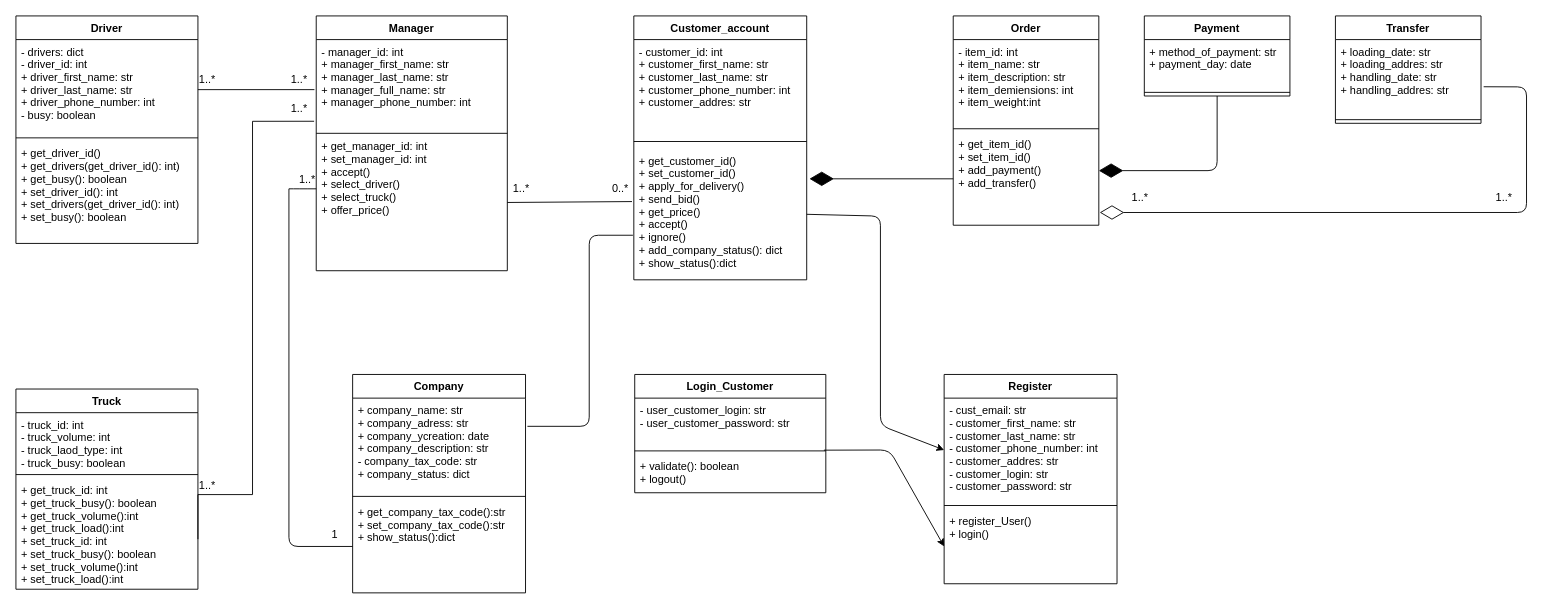
Argam431/PYTHON3-2 keeps this draw.io diagram as page "Page-1" (1 of 2) of d.drawio. Above is the earlier version. Source tidied: cells renumbered, new cells numbered last; positions are measured from the earlier drawing's top-left corner, leaving out a move shared by most shapes. Both pictures are drawn from the tidied source at 91%, with x=0, y=0 at pixel (15, 15).
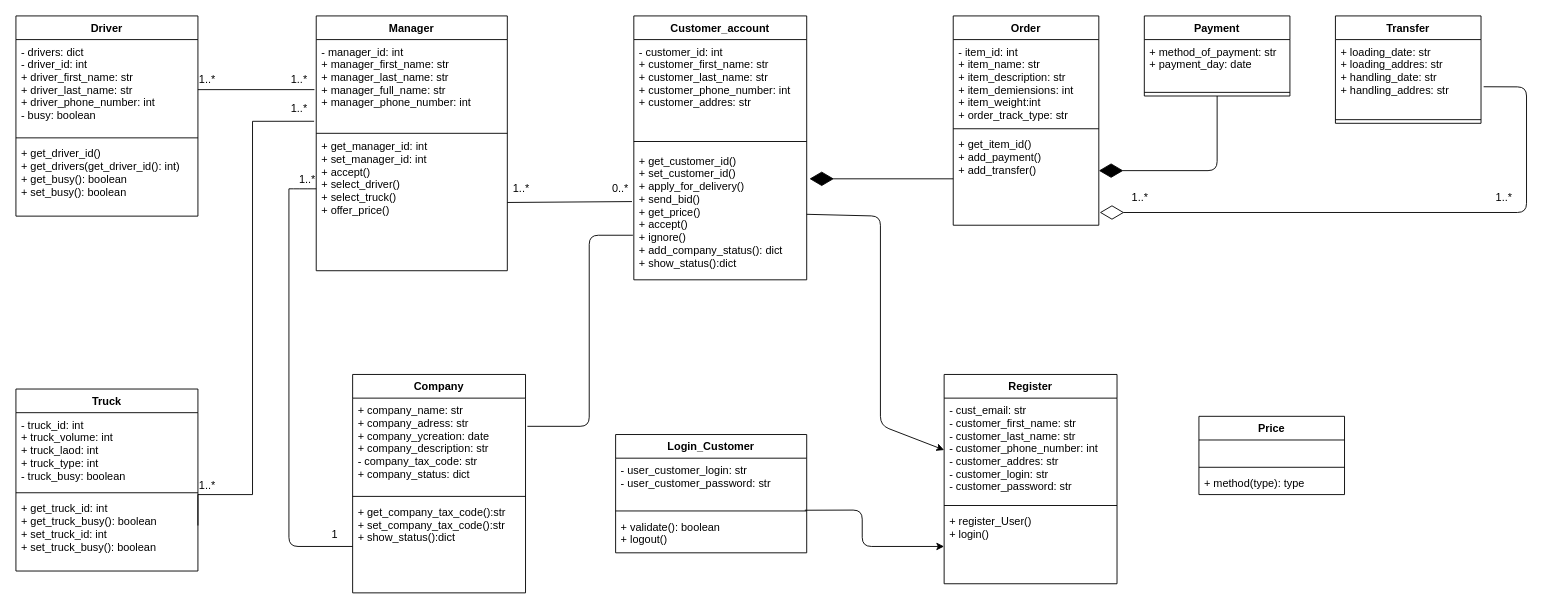
After the change.

Unchanged cells that the change refers to:
```xml
<mxCell id="22" value="Order" style="swimlane;fontStyle=1;align=center;verticalAlign=top;horizontal=1;startSize=26;" parent="1" vertex="1">
  <mxGeometry x="1030" width="160" height="230" as="geometry" />
</mxCell>
<mxCell id="52" value="- user_customer_login: str&#10;- user_customer_password: str " style="text;strokeColor=none;fillColor=none;align=left;verticalAlign=top;spacingLeft=4;spacingRight=4;overflow=hidden;points=[[0,0.5],[1,0.5]];portConstraint=eastwest;" parent="51" vertex="1">
  <mxGeometry y="26" width="210" height="54" as="geometry" />
</mxCell>
<mxCell id="59" value="+ register_User()&#10;+ login()" style="text;strokeColor=none;fillColor=none;align=left;verticalAlign=top;spacingLeft=4;spacingRight=4;overflow=hidden;points=[[0,0.5],[1,0.5]];portConstraint=eastwest;" parent="56" vertex="1">
  <mxGeometry y="148" width="190" height="82" as="geometry" />
</mxCell>
```

Change to the diagram source:
```diff
@@
     <mxCell id="13" value="Driver" style="swimlane;fontStyle=1;align=center;verticalAlign=top;horizontal=1;startSize=26;" parent="1" vertex="1">
-      <mxGeometry width="200" height="250" as="geometry" />
+      <mxGeometry width="200" height="220" as="geometry" />
     </mxCell>
@@
-    <mxCell id="16" value="+ get_driver_id()&#10;+ get_drivers(get_driver_id(): int) &#10;+ get_busy(): boolean&#10;+ set_driver_id(): int&#10;+ set_drivers(get_driver_id(): int) &#10;+ set_busy(): boolean&#10;&#10;" style="text;strokeColor=none;fillColor=none;align=left;verticalAlign=top;spacingLeft=4;spacingRight=4;overflow=hidden;" parent="13" vertex="1">
-      <mxGeometry y="138" width="200" height="112" as="geometry" />
+    <mxCell id="16" value="+ get_driver_id()&#10;+ get_drivers(get_driver_id(): int) &#10;+ get_busy(): boolean&#10;+ set_busy(): boolean&#10;&#10;" style="text;strokeColor=none;fillColor=none;align=left;verticalAlign=top;spacingLeft=4;spacingRight=4;overflow=hidden;" parent="13" vertex="1">
+      <mxGeometry y="138" width="200" height="82" as="geometry" />
     </mxCell>
     <mxCell id="17" value="Truck" style="swimlane;fontStyle=1;align=center;verticalAlign=top;horizontal=1;startSize=26;" parent="1" vertex="1">
-      <mxGeometry y="410" width="200" height="220" as="geometry" />
+      <mxGeometry y="410" width="200" height="200" as="geometry" />
     </mxCell>
-    <mxCell id="18" value="- truck_id: int&#10;- truck_volume: int&#10;- truck_laod_type: int&#10;- truck_busy: boolean" style="text;strokeColor=none;fillColor=none;align=left;verticalAlign=top;spacingLeft=4;spacingRight=4;overflow=hidden;" parent="17" vertex="1">
-      <mxGeometry y="26" width="200" height="64" as="geometry" />
+    <mxCell id="18" value="- truck_id: int&#10;+ truck_volume: int&#10;+ truck_laod: int&#10;+ truck_type: int&#10;- truck_busy: boolean" style="text;strokeColor=none;fillColor=none;align=left;verticalAlign=top;spacingLeft=4;spacingRight=4;overflow=hidden;" parent="17" vertex="1">
+      <mxGeometry y="26" width="200" height="84" as="geometry" />
     </mxCell>
     <mxCell id="19" style="line;strokeWidth=1;fillColor=none;align=left;verticalAlign=middle;spacingTop=-1;spacingLeft=3;spacingRight=3;labelPosition=right;" parent="17" vertex="1">
-      <mxGeometry y="90" width="200" height="8" as="geometry" />
+      <mxGeometry y="110" width="200" height="8" as="geometry" />
     </mxCell>
-    <mxCell id="20" value="+ get_truck_id: int&#10;+ get_truck_busy(): boolean&#10;+ get_truck_volume():int&#10;+ get_truck_load():int&#10;+ set_truck_id: int&#10;+ set_truck_busy(): boolean&#10;+ set_truck_volume():int&#10;+ set_truck_load():int" style="text;strokeColor=none;fillColor=none;align=left;verticalAlign=top;spacingLeft=4;spacingRight=4;overflow=hidden;" parent="17" vertex="1">
-      <mxGeometry y="98" width="200" height="122" as="geometry" />
+    <mxCell id="20" value="+ get_truck_id: int&#10;+ get_truck_busy(): boolean&#10;+ set_truck_id: int&#10;+ set_truck_busy(): boolean&#10;" style="text;strokeColor=none;fillColor=none;align=left;verticalAlign=top;spacingLeft=4;spacingRight=4;overflow=hidden;" parent="17" vertex="1">
+      <mxGeometry y="118" width="200" height="82" as="geometry" />
     </mxCell>
@@
-    <mxCell id="23" value="- item_id: int&#10;+ item_name: str &#10;+ item_description: str&#10;+ item_demiensions: int&#10;+ item_weight:int" style="text;strokeColor=none;fillColor=none;align=left;verticalAlign=top;spacingLeft=4;spacingRight=4;overflow=hidden;" parent="22" vertex="1">
+    <mxCell id="23" value="- item_id: int&#10;+ item_name: str &#10;+ item_description: str&#10;+ item_demiensions: int&#10;+ item_weight:int&#10;+ order_track_type: str" style="text;strokeColor=none;fillColor=none;align=left;verticalAlign=top;spacingLeft=4;spacingRight=4;overflow=hidden;" parent="22" vertex="1">
       <mxGeometry y="26" width="160" height="94" as="geometry" />
     </mxCell>
@@
-    <mxCell id="25" value="+ get_item_id()&#10;+ set_item_id()&#10;+ add_payment()&#10;+ add_transfer()&#10;" style="text;strokeColor=none;fillColor=none;align=left;verticalAlign=top;spacingLeft=4;spacingRight=4;overflow=hidden;points=[[0,0.5],[1,0.5]];portConstraint=eastwest;" parent="22" vertex="1">
+    <mxCell id="25" value="+ get_item_id()&#10;+ add_payment()&#10;+ add_transfer()&#10;" style="text;strokeColor=none;fillColor=none;align=left;verticalAlign=top;spacingLeft=4;spacingRight=4;overflow=hidden;points=[[0,0.5],[1,0.5]];portConstraint=eastwest;" parent="22" vertex="1">
       <mxGeometry y="128" width="160" height="102" as="geometry" />
     </mxCell>
@@
     <mxCell id="51" value="Login_Customer" style="swimlane;fontStyle=1;align=center;verticalAlign=top;horizontal=1;startSize=26;" parent="1" vertex="1">
-      <mxGeometry x="680" y="394" width="210" height="130" as="geometry" />
+      <mxGeometry x="659" y="460" width="210" height="130" as="geometry" />
     </mxCell>
@@
     <mxCell id="55" style="endArrow=classic;html=1;exitX=0.99;exitY=1.059;exitDx=0;exitDy=0;exitPerimeter=0;entryX=0;entryY=0.5;entryDx=0;entryDy=0;" parent="1" edge="1" source="52" target="59">
       <mxGeometry relative="1" as="geometry">
         <Array as="points">
-          <mxPoint x="960" y="477" />
+          <mxPoint x="930" y="543" />
+          <mxPoint x="930" y="583" />
         </Array>
       </mxGeometry>
     </mxCell>
@@
+    <mxCell id="61" value="Price" style="swimlane;fontStyle=1;align=center;verticalAlign=top;horizontal=1;startSize=26;" parent="1" vertex="1">
+      <mxGeometry x="1300" y="440" width="160" height="86" as="geometry" />
+    </mxCell>
+    <mxCell id="62" value="  " style="text;strokeColor=none;fillColor=none;align=left;verticalAlign=top;spacingLeft=4;spacingRight=4;overflow=hidden;" parent="61" vertex="1">
+      <mxGeometry y="26" width="160" height="26" as="geometry" />
+    </mxCell>
+    <mxCell id="63" style="line;strokeWidth=1;fillColor=none;align=left;verticalAlign=middle;spacingTop=-1;spacingLeft=3;spacingRight=3;labelPosition=right;" parent="61" vertex="1">
+      <mxGeometry y="52" width="160" height="8" as="geometry" />
+    </mxCell>
+    <mxCell id="64" value="+ method(type): type" style="text;strokeColor=none;fillColor=none;align=left;verticalAlign=top;spacingLeft=4;spacingRight=4;overflow=hidden;" parent="61" vertex="1">
+      <mxGeometry y="60" width="160" height="26" as="geometry" />
+    </mxCell>
```
